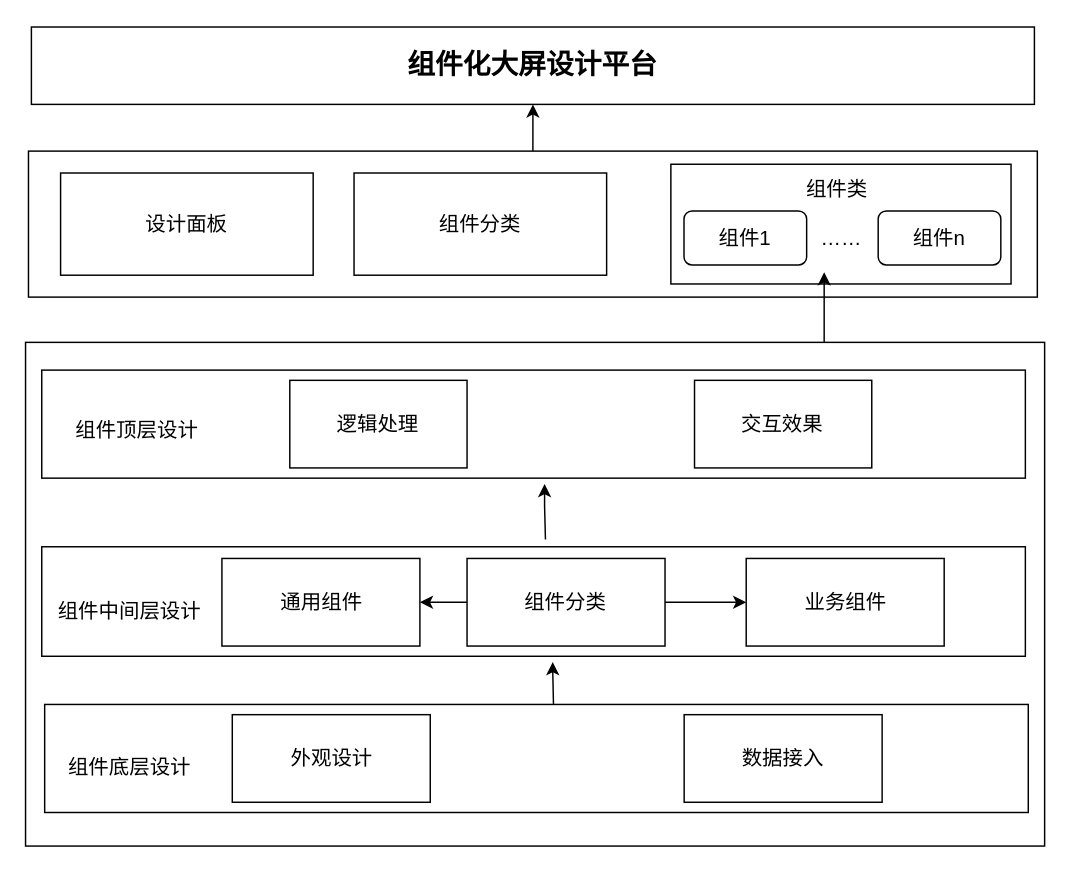
This is 小论文前端组件化方法.drawio from qw-null/drawio, a draw.io file, before an edit. Source tidied: cells renumbered, new cells numbered last; positions are measured from the earlier drawing's top-left corner, leaving out a move shared by most shapes. Both pictures are drawn from the tidied source at 146%, with x=0, y=0 at pixel (25, 26).
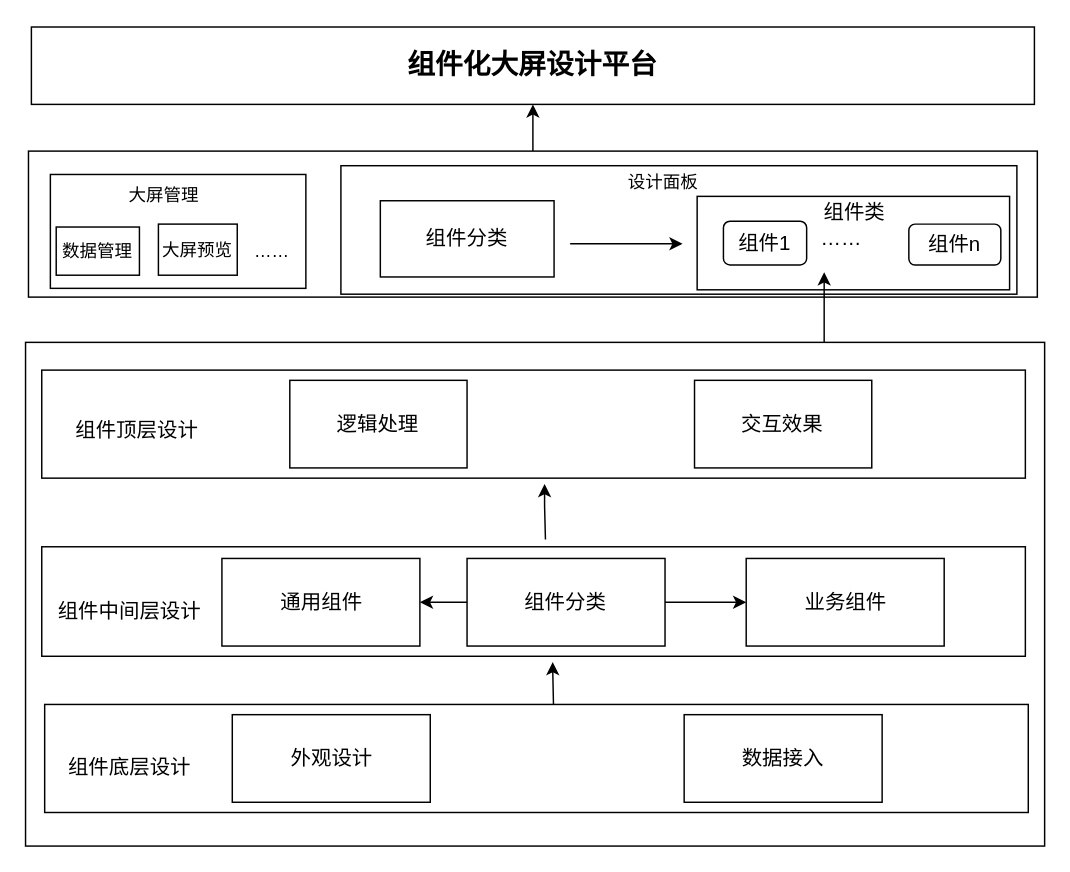
After the change.

Commit message:
更新小论文前端组件化方法.drawio

Diff of the diagram source:
```diff
@@
     <mxCell id="5" style="rounded=0;whiteSpace=wrap;html=1;fontFamily=Helvetica;fontSize=14;" parent="1" vertex="1">
-      <mxGeometry x="442" y="94" width="233" height="82" as="geometry" />
+      <mxGeometry x="460" y="116" width="214" height="64" as="geometry" />
     </mxCell>
@@
     <mxCell id="26" value="组件1" style="rounded=1;whiteSpace=wrap;html=1;fontFamily=Helvetica;fontSize=14;" parent="1" vertex="1">
-      <mxGeometry x="451" y="126" width="84" height="37" as="geometry" />
+      <mxGeometry x="478" y="133" width="57" height="30" as="geometry" />
     </mxCell>
     <mxCell id="27" value="组件n" style="rounded=1;whiteSpace=wrap;html=1;fontFamily=Helvetica;fontSize=14;" parent="1" vertex="1">
-      <mxGeometry x="584" y="126" width="84" height="37" as="geometry" />
+      <mxGeometry x="605" y="135" width="63" height="28" as="geometry" />
     </mxCell>
@@
     <mxCell id="29" value="组件类" style="text;html=1;strokeColor=none;fillColor=none;align=center;verticalAlign=middle;whiteSpace=wrap;rounded=0;fontFamily=Helvetica;fontSize=14;" parent="1" vertex="1">
-      <mxGeometry x="526" y="96" width="60" height="30" as="geometry" />
+      <mxGeometry x="538" y="112" width="60" height="30" as="geometry" />
     </mxCell>
@@
-    <mxCell id="31" value="设计面板" style="rounded=0;whiteSpace=wrap;html=1;fontFamily=Helvetica;fontSize=14;" parent="1" vertex="1">
-      <mxGeometry x="24" y="100" width="173" height="70" as="geometry" />
+    <mxCell id="31" style="rounded=0;whiteSpace=wrap;html=1;fontFamily=Helvetica;fontSize=14;fillColor=none;" parent="1" vertex="1">
+      <mxGeometry x="216" y="95" width="463" height="88" as="geometry" />
     </mxCell>
     <mxCell id="32" value="组件分类" style="rounded=0;whiteSpace=wrap;html=1;fontFamily=Helvetica;fontSize=14;" parent="1" vertex="1">
-      <mxGeometry x="225" y="100" width="173" height="70" as="geometry" />
+      <mxGeometry x="243" y="119" width="119" height="52.2" as="geometry" />
     </mxCell>
+    <mxCell id="33" value="设计面板" style="text;html=1;strokeColor=none;fillColor=none;align=center;verticalAlign=middle;whiteSpace=wrap;rounded=0;" parent="1" vertex="1">
+      <mxGeometry x="407" y="89" width="60" height="35" as="geometry" />
+    </mxCell>
+    <mxCell id="34" style="endArrow=classic;html=1;rounded=0;" parent="1" edge="1">
+      <mxGeometry relative="1" as="geometry">
+        <mxPoint x="373" y="148.5" as="sourcePoint" />
+        <mxPoint x="450" y="148.5" as="targetPoint" />
+      </mxGeometry>
+    </mxCell>
+    <mxCell id="35" style="rounded=0;whiteSpace=wrap;html=1;fillColor=none;" parent="1" vertex="1">
+      <mxGeometry x="17" y="101" width="175" height="78" as="geometry" />
+    </mxCell>
+    <mxCell id="36" value="大屏管理" style="text;html=1;strokeColor=none;fillColor=none;align=center;verticalAlign=middle;whiteSpace=wrap;rounded=0;" parent="1" vertex="1">
+      <mxGeometry x="60" y="101" width="70" height="30" as="geometry" />
+    </mxCell>
+    <mxCell id="37" value="数据管理" style="rounded=0;whiteSpace=wrap;html=1;fillColor=none;" parent="1" vertex="1">
+      <mxGeometry x="21" y="137" width="57" height="33" as="geometry" />
+    </mxCell>
+    <mxCell id="38" value="大屏预览" style="rounded=0;whiteSpace=wrap;html=1;fillColor=none;" parent="1" vertex="1">
+      <mxGeometry x="91" y="135" width="54" height="35" as="geometry" />
+    </mxCell>
+    <mxCell id="39" value="……" style="text;html=1;strokeColor=none;fillColor=none;align=center;verticalAlign=middle;whiteSpace=wrap;rounded=0;" parent="1" vertex="1">
+      <mxGeometry x="139" y="140.5" width="60" height="26" as="geometry" />
+    </mxCell>
```
